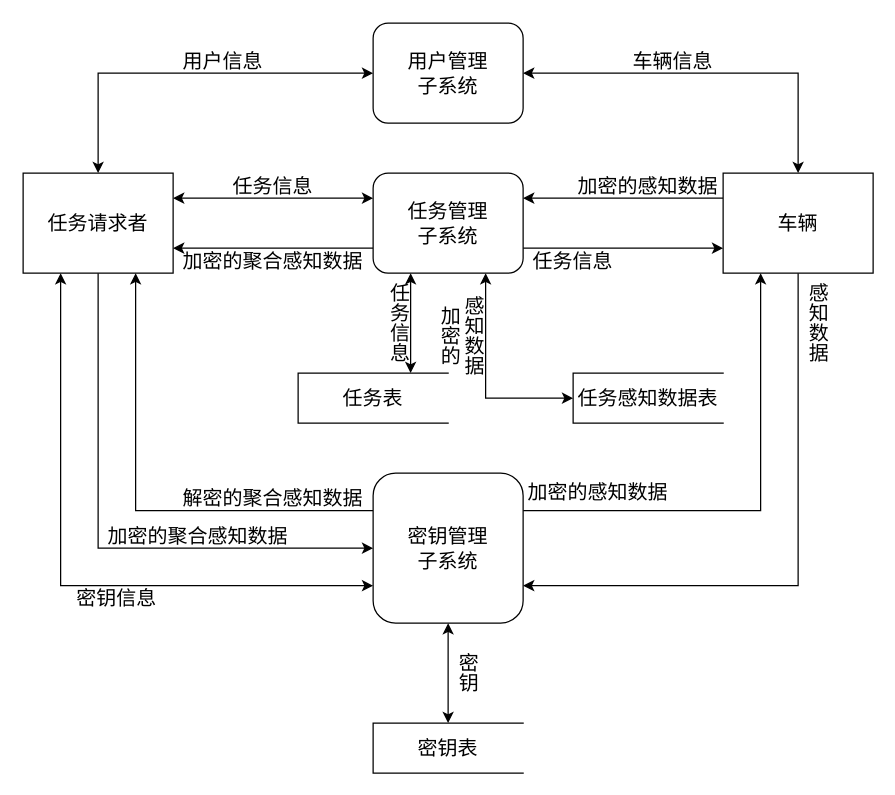
The draw.io diagram page "0层数据流图" (5 of 5) of doc/uml/用户管理泳道图.drawio in Ikaros727/pumpkin, before the edit. Source tidied: cells renumbered, new cells numbered last; positions are measured from the earlier drawing's top-left corner, leaving out a move shared by most shapes. Both pictures are drawn from the tidied source at 125%, with x=0, y=0 at pixel (22, 22).
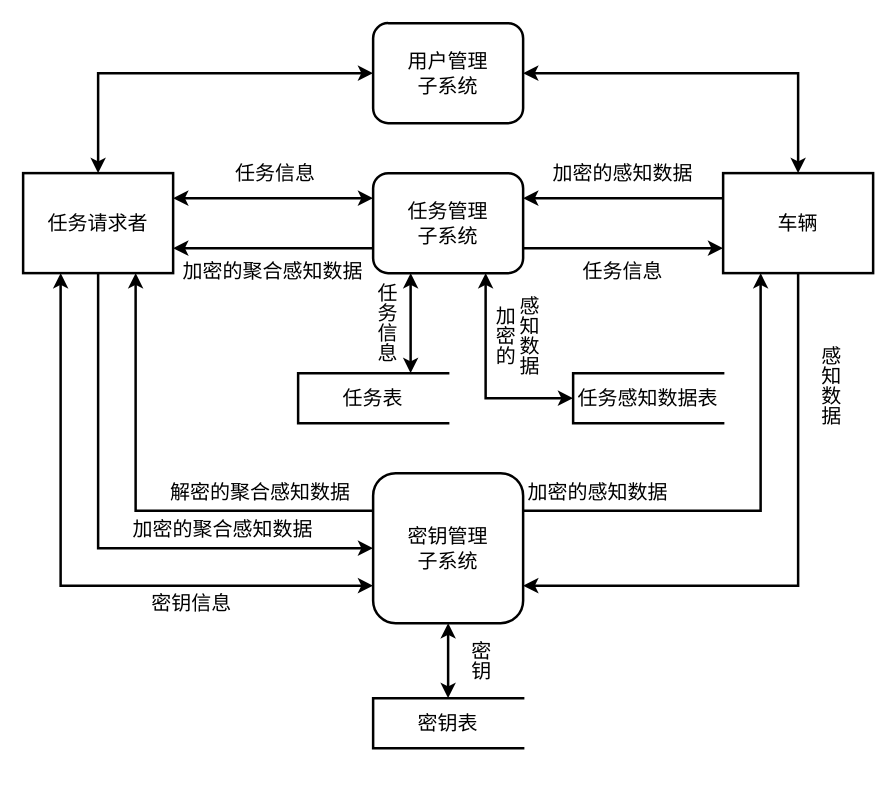
Above is the later version.

Diff of the diagram source:
```diff
@@
-    <mxCell id="2" style="edgeStyle=orthogonalEdgeStyle;rounded=0;jettySize=auto;html=1;exitX=1;exitY=0.25;exitDx=0;exitDy=0;entryX=0;entryY=0.25;entryDx=0;entryDy=0;startArrow=classic;startFill=1;" parent="1" edge="1" source="6" target="10">
+    <mxCell id="2" style="edgeStyle=orthogonalEdgeStyle;rounded=0;jettySize=auto;html=1;exitX=1;exitY=0.25;exitDx=0;exitDy=0;entryX=0;entryY=0.25;entryDx=0;entryDy=0;startArrow=classic;startFill=1;strokeWidth=2;fontFamily=宋体;fontSize=16;" parent="1" edge="1" source="6" target="10">
       <mxGeometry relative="1" as="geometry">
         <Array as="points">
           <mxPoint x="220" y="140" />
           <mxPoint x="220" y="140" />
         </Array>
       </mxGeometry>
     </mxCell>
-    <mxCell id="3" style="edgeStyle=orthogonalEdgeStyle;rounded=0;jettySize=auto;html=1;exitX=0.25;exitY=1;exitDx=0;exitDy=0;entryX=0;entryY=0.75;entryDx=0;entryDy=0;startArrow=classic;startFill=1;" parent="1" edge="1" source="6" target="20">
+    <mxCell id="3" style="edgeStyle=orthogonalEdgeStyle;rounded=0;jettySize=auto;html=1;exitX=0.25;exitY=1;exitDx=0;exitDy=0;entryX=0;entryY=0.75;entryDx=0;entryDy=0;startArrow=classic;startFill=1;strokeWidth=2;fontFamily=宋体;fontSize=16;" parent="1" edge="1" source="6" target="20">
       <mxGeometry relative="1" as="geometry" />
     </mxCell>
-    <mxCell id="4" style="edgeStyle=orthogonalEdgeStyle;rounded=0;jettySize=auto;html=1;exitX=0.5;exitY=1;exitDx=0;exitDy=0;entryX=0;entryY=0.5;entryDx=0;entryDy=0;" parent="1" edge="1" source="6" target="20">
+    <mxCell id="4" style="edgeStyle=orthogonalEdgeStyle;rounded=0;jettySize=auto;html=1;exitX=0.5;exitY=1;exitDx=0;exitDy=0;entryX=0;entryY=0.5;entryDx=0;entryDy=0;strokeWidth=2;fontFamily=宋体;fontSize=16;" parent="1" edge="1" source="6" target="20">
       <mxGeometry relative="1" as="geometry" />
     </mxCell>
-    <mxCell id="5" style="edgeStyle=orthogonalEdgeStyle;rounded=0;jettySize=auto;html=1;exitX=0.5;exitY=0;exitDx=0;exitDy=0;entryX=0;entryY=0.5;entryDx=0;entryDy=0;startArrow=classic;startFill=1;" parent="1" edge="1" source="6" target="35">
+    <mxCell id="5" style="edgeStyle=orthogonalEdgeStyle;rounded=0;jettySize=auto;html=1;exitX=0.5;exitY=0;exitDx=0;exitDy=0;entryX=0;entryY=0.5;entryDx=0;entryDy=0;startArrow=classic;startFill=1;strokeWidth=2;fontFamily=宋体;fontSize=16;" parent="1" edge="1" source="6" target="35">
       <mxGeometry relative="1" as="geometry" />
     </mxCell>
-    <mxCell id="6" value="任务请求者" style="rounded=0;whiteSpace=wrap;html=1;fontSize=16;" parent="1" vertex="1">
+    <mxCell id="6" value="任务请求者" style="rounded=0;whiteSpace=wrap;html=1;fontSize=16;strokeWidth=2;fontFamily=宋体;" parent="1" vertex="1">
       <mxGeometry y="120" width="120" height="80" as="geometry" />
     </mxCell>
-    <mxCell id="7" style="edgeStyle=orthogonalEdgeStyle;rounded=0;jettySize=auto;html=1;exitX=1;exitY=0.75;exitDx=0;exitDy=0;entryX=0;entryY=0.75;entryDx=0;entryDy=0;" parent="1" edge="1" source="10" target="13">
+    <mxCell id="7" style="edgeStyle=orthogonalEdgeStyle;rounded=0;jettySize=auto;html=1;exitX=1;exitY=0.75;exitDx=0;exitDy=0;entryX=0;entryY=0.75;entryDx=0;entryDy=0;strokeWidth=2;fontFamily=宋体;fontSize=16;" parent="1" edge="1" source="10" target="13">
       <mxGeometry relative="1" as="geometry" />
     </mxCell>
-    <mxCell id="8" style="edgeStyle=orthogonalEdgeStyle;rounded=0;jettySize=auto;html=1;exitX=0.75;exitY=1;exitDx=0;exitDy=0;entryX=0;entryY=0.5;entryDx=0;entryDy=0;startArrow=classic;startFill=1;" parent="1" edge="1" source="10" target="27">
+    <mxCell id="8" style="edgeStyle=orthogonalEdgeStyle;rounded=0;jettySize=auto;html=1;exitX=0.75;exitY=1;exitDx=0;exitDy=0;entryX=0;entryY=0.5;entryDx=0;entryDy=0;startArrow=classic;startFill=1;strokeWidth=2;fontFamily=宋体;fontSize=16;" parent="1" edge="1" source="10" target="27">
       <mxGeometry relative="1" as="geometry" />
     </mxCell>
-    <mxCell id="9" style="edgeStyle=orthogonalEdgeStyle;rounded=0;jettySize=auto;html=1;exitX=0;exitY=0.75;exitDx=0;exitDy=0;entryX=1;entryY=0.75;entryDx=0;entryDy=0;" parent="1" edge="1" source="10" target="6">
+    <mxCell id="9" style="edgeStyle=orthogonalEdgeStyle;rounded=0;jettySize=auto;html=1;exitX=0;exitY=0.75;exitDx=0;exitDy=0;entryX=1;entryY=0.75;entryDx=0;entryDy=0;strokeWidth=2;fontFamily=宋体;fontSize=16;" parent="1" edge="1" source="10" target="6">
       <mxGeometry relative="1" as="geometry" />
     </mxCell>
-    <mxCell id="10" value="任务管理&lt;div&gt;子系统&lt;/div&gt;" style="rounded=1;whiteSpace=wrap;html=1;fontSize=16;" parent="1" vertex="1">
+    <mxCell id="10" value="任务管理&lt;div&gt;子系统&lt;/div&gt;" style="rounded=1;whiteSpace=wrap;html=1;fontSize=16;strokeWidth=2;fontFamily=宋体;" parent="1" vertex="1">
       <mxGeometry x="280" y="120" width="120" height="80" as="geometry" />
     </mxCell>
-    <mxCell id="11" style="edgeStyle=orthogonalEdgeStyle;rounded=0;jettySize=auto;html=1;exitX=0.5;exitY=1;exitDx=0;exitDy=0;entryX=1;entryY=0.75;entryDx=0;entryDy=0;" parent="1" edge="1" source="13" target="20">
+    <mxCell id="11" style="edgeStyle=orthogonalEdgeStyle;rounded=0;jettySize=auto;html=1;exitX=0.5;exitY=1;exitDx=0;exitDy=0;entryX=1;entryY=0.75;entryDx=0;entryDy=0;strokeWidth=2;fontFamily=宋体;fontSize=16;" parent="1" edge="1" source="13" target="20">
       <mxGeometry relative="1" as="geometry" />
     </mxCell>
-    <mxCell id="12" style="edgeStyle=orthogonalEdgeStyle;rounded=0;jettySize=auto;html=1;exitX=0;exitY=0.25;exitDx=0;exitDy=0;entryX=1;entryY=0.25;entryDx=0;entryDy=0;" parent="1" edge="1" source="13" target="10">
+    <mxCell id="12" style="edgeStyle=orthogonalEdgeStyle;rounded=0;jettySize=auto;html=1;exitX=0;exitY=0.25;exitDx=0;exitDy=0;entryX=1;entryY=0.25;entryDx=0;entryDy=0;strokeWidth=2;fontFamily=宋体;fontSize=16;" parent="1" edge="1" source="13" target="10">
       <mxGeometry relative="1" as="geometry" />
     </mxCell>
-    <mxCell id="13" value="车辆" style="rounded=0;whiteSpace=wrap;html=1;fontSize=16;" parent="1" vertex="1">
+    <mxCell id="13" value="车辆" style="rounded=0;whiteSpace=wrap;html=1;fontSize=16;strokeWidth=2;fontFamily=宋体;" parent="1" vertex="1">
       <mxGeometry x="560" y="120" width="120" height="80" as="geometry" />
     </mxCell>
-    <mxCell id="14" value="密钥" style="text;html=1;align=center;verticalAlign=middle;whiteSpace=wrap;rounded=0;fontSize=16;textDirection=vertical-lr;" parent="1" vertex="1">
-      <mxGeometry x="340" y="500" width="30" height="40" as="geometry" />
+    <mxCell id="14" value="密钥" style="text;html=1;align=center;verticalAlign=middle;whiteSpace=wrap;rounded=0;fontSize=16;textDirection=vertical-lr;strokeWidth=2;fontFamily=宋体;" parent="1" vertex="1">
+      <mxGeometry x="350" y="490" width="30" height="40" as="geometry" />
     </mxCell>
-    <mxCell id="15" value="任务信息" style="text;html=1;align=center;verticalAlign=middle;whiteSpace=wrap;rounded=0;fontSize=16;" parent="1" vertex="1">
-      <mxGeometry x="120" y="120" width="160" height="20" as="geometry" />
+    <mxCell id="15" value="任务信息" style="text;html=1;align=center;verticalAlign=middle;whiteSpace=wrap;rounded=0;fontSize=16;strokeWidth=2;fontFamily=宋体;" parent="1" vertex="1">
+      <mxGeometry x="122" y="110" width="160" height="20" as="geometry" />
     </mxCell>
-    <mxCell id="16" style="edgeStyle=orthogonalEdgeStyle;rounded=0;jettySize=auto;html=1;exitX=0.75;exitY=0;exitDx=0;exitDy=0;entryX=0.25;entryY=1;entryDx=0;entryDy=0;startArrow=classic;startFill=1;" parent="1" edge="1" source="17" target="10">
+    <mxCell id="16" style="edgeStyle=orthogonalEdgeStyle;rounded=0;jettySize=auto;html=1;exitX=0.75;exitY=0;exitDx=0;exitDy=0;entryX=0.25;entryY=1;entryDx=0;entryDy=0;startArrow=classic;startFill=1;strokeWidth=2;fontFamily=宋体;fontSize=16;" parent="1" edge="1" source="17" target="10">
       <mxGeometry relative="1" as="geometry" />
     </mxCell>
-    <mxCell id="17" value="任务表" style="html=1;dashed=0;whiteSpace=wrap;shape=partialRectangle;right=0;fontSize=16;" parent="1" vertex="1">
+    <mxCell id="17" value="任务表" style="html=1;dashed=0;whiteSpace=wrap;shape=partialRectangle;right=0;fontSize=16;strokeWidth=2;fontFamily=宋体;" parent="1" vertex="1">
       <mxGeometry x="220" y="280" width="120" height="40" as="geometry" />
     </mxCell>
-    <mxCell id="18" style="edgeStyle=orthogonalEdgeStyle;rounded=0;jettySize=auto;html=1;exitX=1;exitY=0.25;exitDx=0;exitDy=0;entryX=0.25;entryY=1;entryDx=0;entryDy=0;" parent="1" edge="1" source="20" target="13">
+    <mxCell id="18" style="edgeStyle=orthogonalEdgeStyle;rounded=0;jettySize=auto;html=1;exitX=1;exitY=0.25;exitDx=0;exitDy=0;entryX=0.25;entryY=1;entryDx=0;entryDy=0;strokeWidth=2;fontFamily=宋体;fontSize=16;" parent="1" edge="1" source="20" target="13">
       <mxGeometry relative="1" as="geometry" />
     </mxCell>
-    <mxCell id="19" style="edgeStyle=orthogonalEdgeStyle;rounded=0;jettySize=auto;html=1;exitX=0;exitY=0.25;exitDx=0;exitDy=0;entryX=0.75;entryY=1;entryDx=0;entryDy=0;" parent="1" edge="1" source="20" target="6">
+    <mxCell id="19" style="edgeStyle=orthogonalEdgeStyle;rounded=0;jettySize=auto;html=1;exitX=0;exitY=0.25;exitDx=0;exitDy=0;entryX=0.75;entryY=1;entryDx=0;entryDy=0;strokeWidth=2;fontFamily=宋体;fontSize=16;" parent="1" edge="1" source="20" target="6">
       <mxGeometry relative="1" as="geometry" />
     </mxCell>
-    <mxCell id="20" value="密钥管理&lt;div&gt;子系统&lt;/div&gt;" style="rounded=1;whiteSpace=wrap;html=1;fontSize=16;" parent="1" vertex="1">
+    <mxCell id="20" value="密钥管理&lt;div&gt;子系统&lt;/div&gt;" style="rounded=1;whiteSpace=wrap;html=1;fontSize=16;strokeWidth=2;fontFamily=宋体;" parent="1" vertex="1">
       <mxGeometry x="280" y="360" width="120" height="120" as="geometry" />
     </mxCell>
-    <mxCell id="21" value="密钥信息" style="text;html=1;align=center;verticalAlign=middle;whiteSpace=wrap;rounded=0;fontSize=16;" parent="1" vertex="1">
-      <mxGeometry x="30" y="450" width="90" height="20" as="geometry" />
+    <mxCell id="21" value="密钥信息" style="text;html=1;align=center;verticalAlign=middle;whiteSpace=wrap;rounded=0;fontSize=16;strokeWidth=2;fontFamily=宋体;" parent="1" vertex="1">
+      <mxGeometry x="90" y="454" width="90" height="20" as="geometry" />
     </mxCell>
-    <mxCell id="22" value="密钥表" style="html=1;dashed=0;whiteSpace=wrap;shape=partialRectangle;right=0;fontSize=16;" parent="1" vertex="1">
-      <mxGeometry x="280" y="560" width="120" height="40" as="geometry" />
+    <mxCell id="22" value="密钥表" style="html=1;dashed=0;whiteSpace=wrap;shape=partialRectangle;right=0;fontSize=16;strokeWidth=2;fontFamily=宋体;" parent="1" vertex="1">
+      <mxGeometry x="280" y="540" width="120" height="40" as="geometry" />
     </mxCell>
-    <mxCell id="23" value="任务信息" style="text;html=1;align=center;verticalAlign=middle;whiteSpace=wrap;rounded=0;fontSize=16;textDirection=vertical-lr;" parent="1" vertex="1">
-      <mxGeometry x="290" y="200" width="20" height="80" as="geometry" />
+    <mxCell id="23" value="任务信息" style="text;html=1;align=center;verticalAlign=middle;whiteSpace=wrap;rounded=0;fontSize=16;textDirection=vertical-lr;strokeWidth=2;fontFamily=宋体;" parent="1" vertex="1">
+      <mxGeometry x="280" y="200" width="20" height="80" as="geometry" />
     </mxCell>
-    <mxCell id="24" style="edgeStyle=orthogonalEdgeStyle;rounded=0;jettySize=auto;html=1;exitX=0.5;exitY=1;exitDx=0;exitDy=0;entryX=0.5;entryY=0;entryDx=0;entryDy=0;startArrow=classic;startFill=1;" parent="1" edge="1" source="20" target="22">
+    <mxCell id="24" style="edgeStyle=orthogonalEdgeStyle;rounded=0;jettySize=auto;html=1;exitX=0.5;exitY=1;exitDx=0;exitDy=0;entryX=0.5;entryY=0;entryDx=0;entryDy=0;startArrow=classic;startFill=1;strokeWidth=2;fontFamily=宋体;fontSize=16;" parent="1" edge="1" source="20" target="22">
       <mxGeometry relative="1" as="geometry" />
     </mxCell>
-    <mxCell id="25" value="感知数据" style="text;html=1;align=center;verticalAlign=middle;whiteSpace=wrap;rounded=0;fontSize=16;textDirection=vertical-lr;" parent="1" vertex="1">
-      <mxGeometry x="620" y="200" width="30" height="80" as="geometry" />
+    <mxCell id="25" value="感知数据" style="text;html=1;align=center;verticalAlign=middle;whiteSpace=wrap;rounded=0;fontSize=16;textDirection=vertical-lr;strokeWidth=2;fontFamily=宋体;" parent="1" vertex="1">
+      <mxGeometry x="630" y="250" width="30" height="80" as="geometry" />
     </mxCell>
-    <mxCell id="26" value="加密的&lt;span style=&quot;background-color: transparent; color: light-dark(rgb(0, 0, 0), rgb(255, 255, 255));&quot;&gt;感知数据&lt;/span&gt;" style="text;html=1;align=center;verticalAlign=middle;whiteSpace=wrap;rounded=0;fontSize=16;" parent="1" vertex="1">
+    <mxCell id="26" value="加密的&lt;span style=&quot;background-color: transparent; color: light-dark(rgb(0, 0, 0), rgb(255, 255, 255));&quot;&gt;感知数据&lt;/span&gt;" style="text;html=1;align=center;verticalAlign=middle;whiteSpace=wrap;rounded=0;fontSize=16;strokeWidth=2;fontFamily=宋体;" parent="1" vertex="1">
       <mxGeometry x="400" y="360" width="120" height="30" as="geometry" />
     </mxCell>
-    <mxCell id="27" value="任务感知数据表" style="html=1;dashed=0;whiteSpace=wrap;shape=partialRectangle;right=0;fontSize=16;" parent="1" vertex="1">
+    <mxCell id="27" value="任务感知数据表" style="html=1;dashed=0;whiteSpace=wrap;shape=partialRectangle;right=0;fontSize=16;strokeWidth=2;fontFamily=宋体;" parent="1" vertex="1">
       <mxGeometry x="440" y="280" width="120" height="40" as="geometry" />
     </mxCell>
-    <mxCell id="28" value="加密的&lt;div&gt;感知数据&lt;/div&gt;" style="text;html=1;align=center;verticalAlign=middle;whiteSpace=wrap;rounded=0;fontSize=16;textDirection=vertical-lr;" parent="1" vertex="1">
-      <mxGeometry x="330" y="200" width="40" height="100" as="geometry" />
+    <mxCell id="28" value="加密的&lt;div&gt;感知数据&lt;/div&gt;" style="text;html=1;align=center;verticalAlign=middle;whiteSpace=wrap;rounded=0;fontSize=16;textDirection=vertical-lr;strokeWidth=2;fontFamily=宋体;" parent="1" vertex="1">
+      <mxGeometry x="374" y="200" width="40" height="100" as="geometry" />
     </mxCell>
-    <mxCell id="29" value="任务信息" style="text;html=1;align=center;verticalAlign=middle;whiteSpace=wrap;rounded=0;fontSize=16;" parent="1" vertex="1">
-      <mxGeometry x="400" y="180" width="80" height="20" as="geometry" />
+    <mxCell id="29" value="任务信息" style="text;html=1;align=center;verticalAlign=middle;whiteSpace=wrap;rounded=0;fontSize=16;strokeWidth=2;fontFamily=宋体;" parent="1" vertex="1">
+      <mxGeometry x="440" y="188" width="80" height="20" as="geometry" />
     </mxCell>
-    <mxCell id="30" value="加密的感知数据" style="text;html=1;align=center;verticalAlign=middle;whiteSpace=wrap;rounded=0;fontSize=16;" parent="1" vertex="1">
-      <mxGeometry x="440" y="120" width="120" height="20" as="geometry" />
+    <mxCell id="30" value="加密的感知数据" style="text;html=1;align=center;verticalAlign=middle;whiteSpace=wrap;rounded=0;fontSize=16;strokeWidth=2;fontFamily=宋体;" parent="1" vertex="1">
+      <mxGeometry x="420" y="110" width="120" height="20" as="geometry" />
     </mxCell>
-    <mxCell id="31" value="加密的聚合感知数据" style="text;html=1;align=center;verticalAlign=middle;whiteSpace=wrap;rounded=0;fontSize=16;" parent="1" vertex="1">
-      <mxGeometry x="120" y="180" width="160" height="20" as="geometry" />
+    <mxCell id="31" value="加密的聚合感知数据" style="text;html=1;align=center;verticalAlign=middle;whiteSpace=wrap;rounded=0;fontSize=16;strokeWidth=2;fontFamily=宋体;" parent="1" vertex="1">
+      <mxGeometry x="120" y="188" width="160" height="20" as="geometry" />
     </mxCell>
-    <mxCell id="32" value="加密的聚合感知数据" style="text;html=1;align=center;verticalAlign=middle;whiteSpace=wrap;rounded=0;fontSize=16;" parent="1" vertex="1">
-      <mxGeometry x="60" y="400" width="160" height="20" as="geometry" />
+    <mxCell id="32" value="加密的聚合感知数据" style="text;html=1;align=center;verticalAlign=middle;whiteSpace=wrap;rounded=0;fontSize=16;strokeWidth=2;fontFamily=宋体;" parent="1" vertex="1">
+      <mxGeometry x="80" y="395" width="160" height="20" as="geometry" />
     </mxCell>
-    <mxCell id="33" value="解密的聚合感知数据" style="text;html=1;align=center;verticalAlign=middle;whiteSpace=wrap;rounded=0;fontSize=16;" parent="1" vertex="1">
-      <mxGeometry x="120" y="370" width="160" height="20" as="geometry" />
+    <mxCell id="33" value="解密的聚合感知数据" style="text;html=1;align=center;verticalAlign=middle;whiteSpace=wrap;rounded=0;fontSize=16;strokeWidth=2;fontFamily=宋体;" parent="1" vertex="1">
+      <mxGeometry x="110" y="365" width="160" height="20" as="geometry" />
     </mxCell>
-    <mxCell id="34" style="edgeStyle=orthogonalEdgeStyle;rounded=0;jettySize=auto;html=1;exitX=1;exitY=0.5;exitDx=0;exitDy=0;entryX=0.5;entryY=0;entryDx=0;entryDy=0;startArrow=classic;startFill=1;" parent="1" edge="1" source="35" target="13">
+    <mxCell id="34" style="edgeStyle=orthogonalEdgeStyle;rounded=0;jettySize=auto;html=1;exitX=1;exitY=0.5;exitDx=0;exitDy=0;entryX=0.5;entryY=0;entryDx=0;entryDy=0;startArrow=classic;startFill=1;strokeWidth=2;fontFamily=宋体;fontSize=16;" parent="1" edge="1" source="35" target="13">
       <mxGeometry relative="1" as="geometry" />
     </mxCell>
-    <mxCell id="35" value="用户管理&lt;div&gt;子系统&lt;/div&gt;" style="rounded=1;whiteSpace=wrap;html=1;fontSize=16;" parent="1" vertex="1">
+    <mxCell id="35" value="用户管理&lt;div&gt;子系统&lt;/div&gt;" style="rounded=1;whiteSpace=wrap;html=1;fontSize=16;strokeWidth=2;fontFamily=宋体;" parent="1" vertex="1">
       <mxGeometry x="280" width="120" height="80" as="geometry" />
     </mxCell>
-    <mxCell id="36" value="用户信息" style="text;html=1;align=center;verticalAlign=middle;whiteSpace=wrap;rounded=0;fontSize=16;" parent="1" vertex="1">
-      <mxGeometry x="80" y="20" width="160" height="20" as="geometry" />
-    </mxCell>
-    <mxCell id="37" value="车辆信息" style="text;html=1;align=center;verticalAlign=middle;whiteSpace=wrap;rounded=0;fontSize=16;" parent="1" vertex="1">
-      <mxGeometry x="440" y="20" width="160" height="20" as="geometry" />
-    </mxCell>
```
